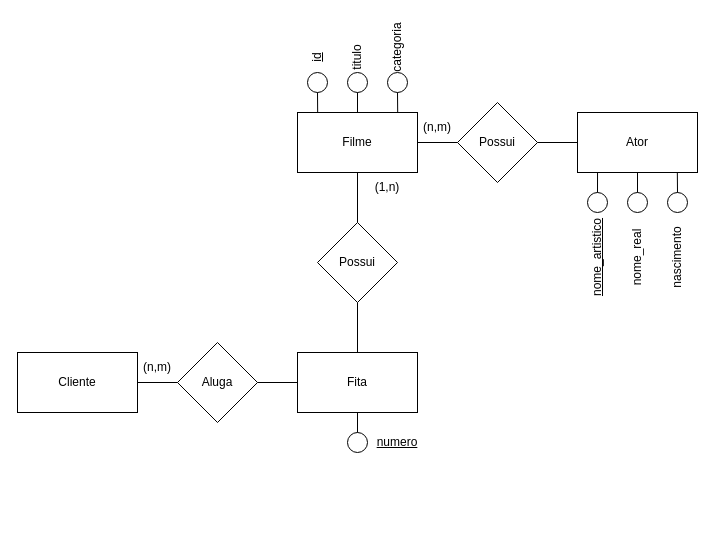
Earlier version of the draw.io diagram Lista1_28-03/Ex2.drawio (andreeeeeeeee/Engenharia_Software). Source tidied: cells renumbered, new cells numbered last; positions are measured from the earlier drawing's top-left corner, leaving out a move shared by most shapes. Both pictures are drawn from the tidied source at 100%, with x=0, y=0 at pixel (17, 32).
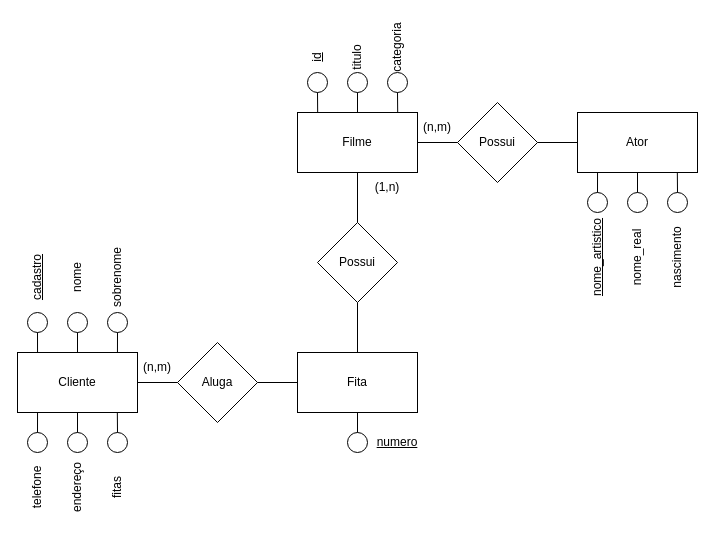
Above is the later version.

The change refers to these unchanged cells:
```xml
<mxCell id="9" value="Cliente" style="rounded=0;whiteSpace=wrap;html=1;" parent="1" vertex="1">
  <mxGeometry y="320" width="120" height="60" as="geometry" />
</mxCell>
```

The edit, as a diff of the source:
```diff
@@
+    <mxCell id="39" style="ellipse;whiteSpace=wrap;html=1;" parent="1" vertex="1">
+      <mxGeometry x="10" y="280" width="20" height="20" as="geometry" />
+    </mxCell>
+    <mxCell id="40" style="ellipse;whiteSpace=wrap;html=1;" parent="1" vertex="1">
+      <mxGeometry x="90" y="280" width="20" height="20" as="geometry" />
+    </mxCell>
+    <mxCell id="41" style="ellipse;whiteSpace=wrap;html=1;" parent="1" vertex="1">
+      <mxGeometry x="50" y="280" width="20" height="20" as="geometry" />
+    </mxCell>
+    <mxCell id="42" style="ellipse;whiteSpace=wrap;html=1;" parent="1" vertex="1">
+      <mxGeometry x="10" y="400" width="20" height="20" as="geometry" />
+    </mxCell>
+    <mxCell id="43" style="ellipse;whiteSpace=wrap;html=1;" parent="1" vertex="1">
+      <mxGeometry x="90" y="400" width="20" height="20" as="geometry" />
+    </mxCell>
+    <mxCell id="44" style="ellipse;whiteSpace=wrap;html=1;" parent="1" vertex="1">
+      <mxGeometry x="50" y="400" width="20" height="20" as="geometry" />
+    </mxCell>
+    <mxCell id="45" value="nome" style="text;html=1;strokeColor=none;fillColor=none;align=center;verticalAlign=middle;whiteSpace=wrap;rounded=0;rotation=-90;" parent="1" vertex="1">
+      <mxGeometry x="30" y="230" width="60" height="30" as="geometry" />
+    </mxCell>
+    <mxCell id="46" value="&lt;u&gt;cadastro&lt;/u&gt;" style="text;html=1;strokeColor=none;fillColor=none;align=center;verticalAlign=middle;whiteSpace=wrap;rounded=0;rotation=-90;" parent="1" vertex="1">
+      <mxGeometry x="-10" y="230" width="60" height="30" as="geometry" />
+    </mxCell>
+    <mxCell id="47" value="sobrenome" style="text;html=1;strokeColor=none;fillColor=none;align=center;verticalAlign=middle;whiteSpace=wrap;rounded=0;rotation=-90;" parent="1" vertex="1">
+      <mxGeometry x="70" y="230" width="60" height="30" as="geometry" />
+    </mxCell>
+    <mxCell id="48" value="telefone" style="text;html=1;strokeColor=none;fillColor=none;align=center;verticalAlign=middle;whiteSpace=wrap;rounded=0;rotation=-90;" parent="1" vertex="1">
+      <mxGeometry x="-10" y="440" width="60" height="30" as="geometry" />
+    </mxCell>
+    <mxCell id="49" value="endereço" style="text;html=1;strokeColor=none;fillColor=none;align=center;verticalAlign=middle;whiteSpace=wrap;rounded=0;rotation=-90;" parent="1" vertex="1">
+      <mxGeometry x="30" y="440" width="60" height="30" as="geometry" />
+    </mxCell>
+    <mxCell id="50" value="fitas" style="text;html=1;strokeColor=none;fillColor=none;align=center;verticalAlign=middle;whiteSpace=wrap;rounded=0;rotation=-90;" parent="1" vertex="1">
+      <mxGeometry x="70" y="440" width="60" height="30" as="geometry" />
+    </mxCell>
+    <mxCell id="51" style="endArrow=none;html=1;rounded=0;exitX=0.5;exitY=0;exitDx=0;exitDy=0;entryX=0.832;entryY=0.998;entryDx=0;entryDy=0;entryPerimeter=0;" parent="1" edge="1" source="43" target="9">
+      <mxGeometry relative="1" as="geometry" />
+    </mxCell>
+    <mxCell id="52" style="endArrow=none;html=1;rounded=0;exitX=0.5;exitY=0;exitDx=0;exitDy=0;entryX=0.5;entryY=1;entryDx=0;entryDy=0;" parent="1" edge="1" source="44" target="9">
+      <mxGeometry relative="1" as="geometry" />
+    </mxCell>
+    <mxCell id="53" style="endArrow=none;html=1;rounded=0;entryX=0.5;entryY=0;entryDx=0;entryDy=0;exitX=0.167;exitY=1;exitDx=0;exitDy=0;exitPerimeter=0;" parent="1" edge="1" source="9" target="42">
+      <mxGeometry relative="1" as="geometry" />
+    </mxCell>
+    <mxCell id="54" style="endArrow=none;html=1;rounded=0;exitX=0.5;exitY=1;exitDx=0;exitDy=0;entryX=0.167;entryY=0;entryDx=0;entryDy=0;entryPerimeter=0;" parent="1" edge="1" source="39" target="9">
+      <mxGeometry relative="1" as="geometry" />
+    </mxCell>
+    <mxCell id="55" style="endArrow=none;html=1;rounded=0;exitX=0.5;exitY=0;exitDx=0;exitDy=0;" parent="1" edge="1" source="9">
+      <mxGeometry relative="1" as="geometry">
+        <mxPoint x="60" y="300" as="targetPoint" />
+      </mxGeometry>
+    </mxCell>
+    <mxCell id="56" style="endArrow=none;html=1;rounded=0;exitX=0.833;exitY=0;exitDx=0;exitDy=0;exitPerimeter=0;" parent="1" edge="1" source="9">
+      <mxGeometry relative="1" as="geometry">
+        <mxPoint x="100" y="300" as="targetPoint" />
+      </mxGeometry>
+    </mxCell>
```
